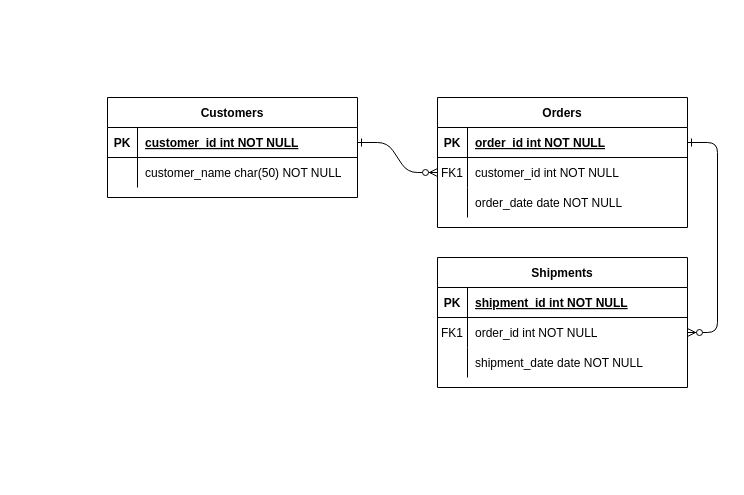
Miss-Kwara/PLP-Learning keeps this draw.io diagram as Miss Kwara.drawio. Above is the earlier version. Source tidied: cells renumbered, new cells numbered last; positions are measured from the earlier drawing's top-left corner, leaving out a move shared by most shapes. Both pictures are drawn from the tidied source at 100%, with x=0, y=0 at pixel (107, 97).
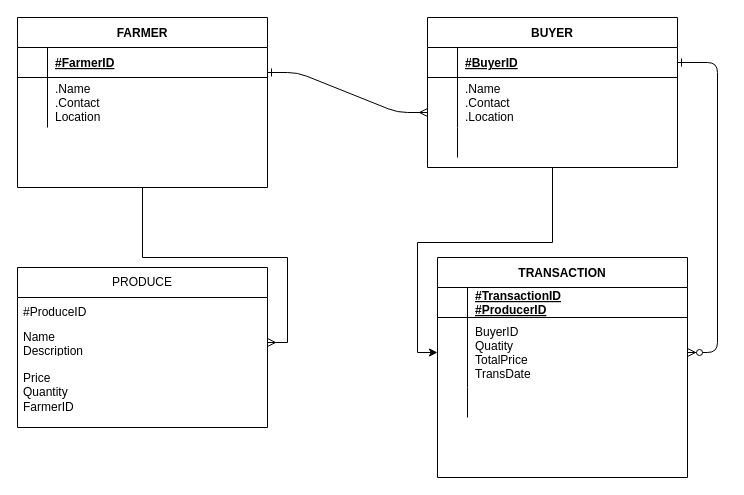
The same diagram, later.

The change refers to these unchanged cells:
```xml
<mxCell id="5" style="shape=partialRectangle;fillColor=none;points=[[0,0.5],[1,0.5]];portConstraint=eastwest;top=0;left=0;right=0;bottom=1;" parent="4" vertex="1">
  <mxGeometry y="30" width="250" height="30" as="geometry" />
</mxCell>
<mxCell id="15" style="shape=partialRectangle;fillColor=none;top=0;left=0;right=0;bottom=1;" parent="14" vertex="1">
  <mxGeometry y="30" width="250" height="30" as="geometry" />
</mxCell>
<mxCell id="25" style="shape=partialRectangle;fillColor=none;points=[[0,0.5],[1,0.5]];portConstraint=eastwest;top=0;left=0;right=0;bottom=1;" parent="24" vertex="1">
  <mxGeometry y="30" width="250" height="30" as="geometry" />
</mxCell>
```

The edit, as a diff of the source:
```diff
@@
-    <mxCell id="2" style="edgeStyle=entityRelationEdgeStyle;endArrow=ERzeroToMany;startArrow=ERone;endFill=1;startFill=0;" parent="1" edge="1" source="25" target="8">
-      <mxGeometry relative="1" as="geometry" />
+    <mxCell id="2" style="edgeStyle=entityRelationEdgeStyle;endArrow=ERmany;startArrow=ERone;endFill=0;startFill=0;" parent="1" edge="1">
+      <mxGeometry relative="1" as="geometry">
+        <mxPoint x="160" y="-25" as="sourcePoint" />
+        <mxPoint x="320" y="15" as="targetPoint" />
+      </mxGeometry>
     </mxCell>
@@
+    <mxCell id="31" style="edgeStyle=orthogonalEdgeStyle;rounded=0;jettySize=auto;html=1;" parent="1" edge="1" source="4" target="18">
+      <mxGeometry relative="1" as="geometry" />
+    </mxCell>
-    <mxCell id="4" value="Orders" style="shape=table;startSize=30;childLayout=tableLayout;rowLines=0;fontStyle=1;align=center;" parent="1" vertex="1">
-      <mxGeometry x="330" width="250" height="130" as="geometry" />
+    <mxCell id="4" value="BUYER" style="shape=table;startSize=30;childLayout=tableLayout;rowLines=0;fontStyle=1;align=center;" parent="1" vertex="1">
+      <mxGeometry x="320" y="-80" width="250" height="150" as="geometry" />
     </mxCell>
@@
-    <mxCell id="6" value="PK" style="shape=partialRectangle;overflow=hidden;fillColor=none;top=0;left=0;bottom=0;right=0;fontStyle=1;" parent="5" vertex="1">
+    <mxCell id="6" style="shape=partialRectangle;overflow=hidden;fillColor=none;top=0;left=0;bottom=0;right=0;fontStyle=1;" parent="5" vertex="1">
       <mxGeometry width="30" height="30" as="geometry" />
     </mxCell>
-    <mxCell id="7" value="order_id int NOT NULL " style="shape=partialRectangle;overflow=hidden;fillColor=none;top=0;left=0;bottom=0;right=0;align=left;spacingLeft=6;fontStyle=5;" parent="5" vertex="1">
+    <mxCell id="7" value="#BuyerID" style="shape=partialRectangle;overflow=hidden;fillColor=none;top=0;left=0;bottom=0;right=0;align=left;spacingLeft=6;fontStyle=5;" parent="5" vertex="1">
       <mxGeometry x="30" width="220" height="30" as="geometry" />
     </mxCell>
     <mxCell id="8" style="shape=partialRectangle;fillColor=none;points=[[0,0.5],[1,0.5]];portConstraint=eastwest;top=0;left=0;right=0;bottom=0;" parent="4" vertex="1">
-      <mxGeometry y="60" width="250" height="30" as="geometry" />
+      <mxGeometry y="60" width="250" height="50" as="geometry" />
     </mxCell>
-    <mxCell id="9" value="FK1" style="shape=partialRectangle;overflow=hidden;fillColor=none;top=0;left=0;bottom=0;right=0;" parent="8" vertex="1">
-      <mxGeometry width="30" height="30" as="geometry" />
+    <mxCell id="9" style="shape=partialRectangle;overflow=hidden;fillColor=none;top=0;left=0;bottom=0;right=0;" parent="8" vertex="1">
+      <mxGeometry width="30" height="50" as="geometry" />
     </mxCell>
-    <mxCell id="10" value="customer_id int NOT NULL" style="shape=partialRectangle;overflow=hidden;fillColor=none;top=0;left=0;bottom=0;right=0;align=left;spacingLeft=6;" parent="8" vertex="1">
-      <mxGeometry x="30" width="220" height="30" as="geometry" />
+    <mxCell id="10" value=".Name&#10;.Contact&#10;.Location" style="shape=partialRectangle;overflow=hidden;fillColor=none;top=0;left=0;bottom=0;right=0;align=left;spacingLeft=6;" parent="8" vertex="1">
+      <mxGeometry x="30" width="220" height="50" as="geometry" />
     </mxCell>
     <mxCell id="11" style="shape=partialRectangle;fillColor=none;top=0;left=0;right=0;bottom=0;" parent="4" vertex="1">
-      <mxGeometry y="90" width="250" height="30" as="geometry" />
+      <mxGeometry y="110" width="250" height="30" as="geometry" />
     </mxCell>
@@
-    <mxCell id="13" value="order_date date NOT NULL" style="shape=partialRectangle;overflow=hidden;fillColor=none;top=0;left=0;bottom=0;right=0;align=left;spacingLeft=6;" parent="11" vertex="1">
+    <mxCell id="13" style="shape=partialRectangle;overflow=hidden;fillColor=none;top=0;left=0;bottom=0;right=0;align=left;spacingLeft=6;" parent="11" vertex="1">
       <mxGeometry x="30" width="220" height="30" as="geometry" />
     </mxCell>
-    <mxCell id="14" value="Shipments" style="shape=table;startSize=30;childLayout=tableLayout;rowLines=0;fontStyle=1;align=center;" parent="1" vertex="1">
-      <mxGeometry x="330" y="160" width="250" height="130" as="geometry" />
+    <mxCell id="14" value="TRANSACTION" style="shape=table;startSize=30;childLayout=tableLayout;rowLines=0;fontStyle=1;align=center;" parent="1" vertex="1">
+      <mxGeometry x="330" y="160" width="250" height="220" as="geometry" />
     </mxCell>
@@
-    <mxCell id="16" value="PK" style="shape=partialRectangle;overflow=hidden;fillColor=none;top=0;left=0;bottom=0;right=0;fontStyle=1;" parent="15" vertex="1">
+    <mxCell id="16" style="shape=partialRectangle;overflow=hidden;fillColor=none;top=0;left=0;bottom=0;right=0;fontStyle=1;" parent="15" vertex="1">
       <mxGeometry width="30" height="30" as="geometry" />
     </mxCell>
-    <mxCell id="17" value="shipment_id int NOT NULL " style="shape=partialRectangle;overflow=hidden;fillColor=none;top=0;left=0;bottom=0;right=0;align=left;spacingLeft=6;fontStyle=5;" parent="15" vertex="1">
+    <mxCell id="17" value="#TransactionID&#10;#ProducerID" style="shape=partialRectangle;overflow=hidden;fillColor=none;top=0;left=0;bottom=0;right=0;align=left;spacingLeft=6;fontStyle=5;" parent="15" vertex="1">
       <mxGeometry x="30" width="220" height="30" as="geometry" />
     </mxCell>
     <mxCell id="18" style="shape=partialRectangle;fillColor=none;points=[[0,0.5],[1,0.5]];portConstraint=eastwest;top=0;left=0;right=0;bottom=0;" parent="14" vertex="1">
-      <mxGeometry y="60" width="250" height="30" as="geometry" />
+      <mxGeometry y="60" width="250" height="70" as="geometry" />
     </mxCell>
-    <mxCell id="19" value="FK1" style="shape=partialRectangle;overflow=hidden;fillColor=none;top=0;left=0;bottom=0;right=0;" parent="18" vertex="1">
-      <mxGeometry width="30" height="30" as="geometry" />
+    <mxCell id="19" style="shape=partialRectangle;overflow=hidden;fillColor=none;top=0;left=0;bottom=0;right=0;" parent="18" vertex="1">
+      <mxGeometry width="30" height="70" as="geometry" />
     </mxCell>
-    <mxCell id="20" value="order_id int NOT NULL" style="shape=partialRectangle;overflow=hidden;fillColor=none;top=0;left=0;bottom=0;right=0;align=left;spacingLeft=6;" parent="18" vertex="1">
-      <mxGeometry x="30" width="220" height="30" as="geometry" />
+    <mxCell id="20" value="BuyerID&#10;Quatity&#10;TotalPrice&#10;TransDate" style="shape=partialRectangle;overflow=hidden;fillColor=none;top=0;left=0;bottom=0;right=0;align=left;spacingLeft=6;" parent="18" vertex="1">
+      <mxGeometry x="30" width="220" height="70" as="geometry" />
     </mxCell>
     <mxCell id="21" style="shape=partialRectangle;fillColor=none;top=0;left=0;right=0;bottom=0;" parent="14" vertex="1">
-      <mxGeometry y="90" width="250" height="30" as="geometry" />
+      <mxGeometry y="130" width="250" height="30" as="geometry" />
     </mxCell>
@@
-    <mxCell id="23" value="shipment_date date NOT NULL" style="shape=partialRectangle;overflow=hidden;fillColor=none;top=0;left=0;bottom=0;right=0;align=left;spacingLeft=6;" parent="21" vertex="1">
+    <mxCell id="23" style="shape=partialRectangle;overflow=hidden;fillColor=none;top=0;left=0;bottom=0;right=0;align=left;spacingLeft=6;" parent="21" vertex="1">
       <mxGeometry x="30" width="220" height="30" as="geometry" />
     </mxCell>
+    <mxCell id="32" style="edgeStyle=orthogonalEdgeStyle;rounded=0;jettySize=auto;html=1;endArrow=ERmany;endFill=0;" parent="1" edge="1" source="24" target="36">
+      <mxGeometry relative="1" as="geometry" />
+    </mxCell>
-    <mxCell id="24" value="Customers" style="shape=table;startSize=30;childLayout=tableLayout;rowLines=0;fontStyle=1;align=center;" parent="1" vertex="1">
-      <mxGeometry width="250" height="100" as="geometry" />
+    <mxCell id="24" value="FARMER" style="shape=table;startSize=30;childLayout=tableLayout;rowLines=0;fontStyle=1;align=center;" parent="1" vertex="1">
+      <mxGeometry x="-90" y="-80" width="250" height="170" as="geometry" />
     </mxCell>
@@
-    <mxCell id="26" value="PK" style="shape=partialRectangle;overflow=hidden;fillColor=none;top=0;left=0;bottom=0;right=0;fontStyle=1;" parent="25" vertex="1">
+    <mxCell id="26" style="shape=partialRectangle;overflow=hidden;fillColor=none;top=0;left=0;bottom=0;right=0;fontStyle=1;" parent="25" vertex="1">
       <mxGeometry width="30" height="30" as="geometry" />
     </mxCell>
-    <mxCell id="27" value="customer_id int NOT NULL " style="shape=partialRectangle;overflow=hidden;fillColor=none;top=0;left=0;bottom=0;right=0;align=left;spacingLeft=6;fontStyle=5;" parent="25" vertex="1">
+    <mxCell id="27" value="#FarmerID" style="shape=partialRectangle;overflow=hidden;fillColor=none;top=0;left=0;bottom=0;right=0;align=left;spacingLeft=6;fontStyle=5;" parent="25" vertex="1">
       <mxGeometry x="30" width="220" height="30" as="geometry" />
     </mxCell>
     <mxCell id="28" style="shape=partialRectangle;fillColor=none;points=[[0,0.5],[1,0.5]];portConstraint=eastwest;top=0;left=0;right=0;bottom=0;" parent="24" vertex="1">
-      <mxGeometry y="60" width="250" height="30" as="geometry" />
+      <mxGeometry y="60" width="250" height="50" as="geometry" />
     </mxCell>
     <mxCell id="29" style="shape=partialRectangle;overflow=hidden;fillColor=none;top=0;left=0;bottom=0;right=0;" parent="28" vertex="1">
-      <mxGeometry width="30" height="30" as="geometry" />
+      <mxGeometry width="30" height="50" as="geometry" />
     </mxCell>
-    <mxCell id="30" value="customer_name char(50) NOT NULL" style="shape=partialRectangle;overflow=hidden;fillColor=none;top=0;left=0;bottom=0;right=0;align=left;spacingLeft=6;" parent="28" vertex="1">
-      <mxGeometry x="30" width="220" height="30" as="geometry" />
+    <mxCell id="30" value=".Name&#10;.Contact&#10;Location" style="shape=partialRectangle;overflow=hidden;fillColor=none;top=0;left=0;bottom=0;right=0;align=left;spacingLeft=6;" parent="28" vertex="1">
+      <mxGeometry x="30" width="220" height="50" as="geometry" />
     </mxCell>
+    <mxCell id="33" style="edgeStyle=orthogonalEdgeStyle;rounded=0;jettySize=auto;html=1;exitX=1;exitY=0.5;exitDx=0;exitDy=0;" parent="24" edge="1" source="24" target="28">
+      <mxGeometry relative="1" as="geometry" />
+    </mxCell>
+    <mxCell id="34" value="PRODUCE" style="swimlane;fontStyle=0;horizontal=1;startSize=30;whiteSpace=wrap;html=1;" parent="1" vertex="1">
+      <mxGeometry x="-90" y="170" width="250" height="160" as="geometry" />
+    </mxCell>
+    <mxCell id="35" value="#ProduceID" style="text;strokeColor=none;fillColor=none;align=left;verticalAlign=middle;spacingLeft=4;spacingRight=4;overflow=hidden;whiteSpace=wrap;html=1;" parent="34" vertex="1">
+      <mxGeometry y="30" width="250" height="30" as="geometry" />
+    </mxCell>
+    <mxCell id="36" value="Name&lt;div&gt;Description&lt;/div&gt;" style="text;strokeColor=none;fillColor=none;align=left;verticalAlign=middle;spacingLeft=4;spacingRight=4;overflow=hidden;points=[[0,0.5],[1,0.5]];portConstraint=eastwest;whiteSpace=wrap;html=1;" parent="34" vertex="1">
+      <mxGeometry y="60" width="250" height="30" as="geometry" />
+    </mxCell>
+    <mxCell id="37" value="Price&lt;div&gt;Quantity&lt;/div&gt;&lt;div&gt;FarmerID&lt;/div&gt;" style="text;strokeColor=none;fillColor=none;align=left;verticalAlign=middle;spacingLeft=4;spacingRight=4;overflow=hidden;whiteSpace=wrap;html=1;" parent="34" vertex="1">
+      <mxGeometry y="90" width="250" height="70" as="geometry" />
+    </mxCell>
```
